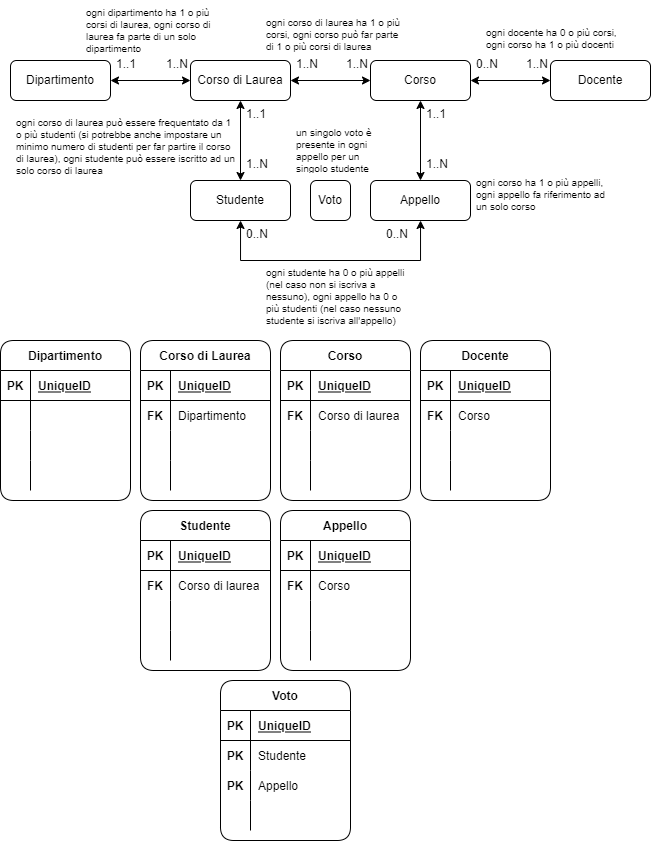
This is db-university.png from banjug/db-university, a draw.io export, as it was before one commit. Source tidied: cells renumbered, new cells last; positions are measured from the earlier drawing's top-left corner, leaving out a move shared by most shapes.
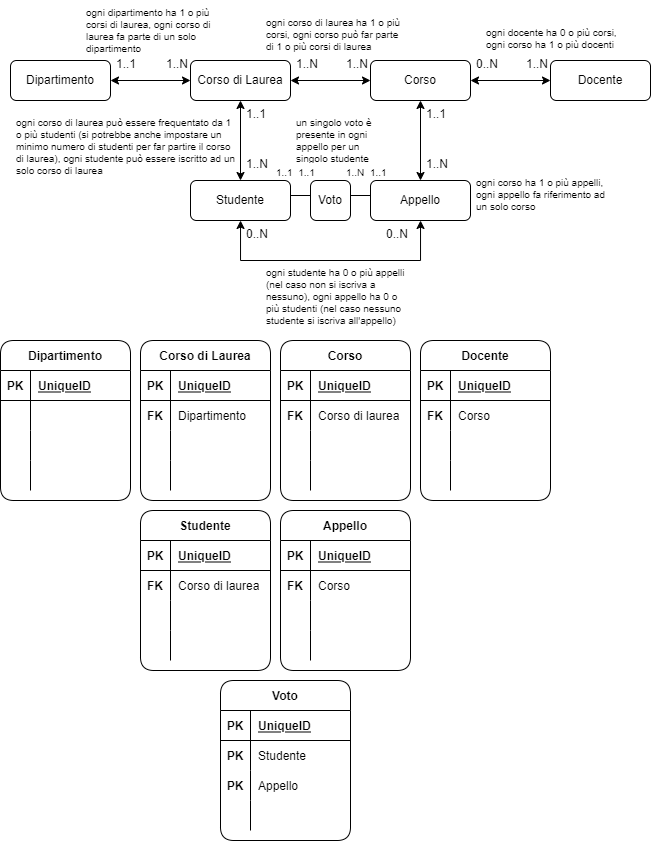
Above is the later version.

Commit message:
add vote cardinality

Change to the diagram source:
```diff
@@ -395,7 +395,19 @@
       <mxGeometry x="10" y="110" width="230" height="70" as="geometry" />
     </mxCell>
     <mxCell id="131" value="un singolo voto è presente in ogni appello per un singolo studente" style="text;strokeColor=none;fillColor=none;spacingLeft=4;spacingRight=4;overflow=hidden;fontSize=10;rounded=1;whiteSpace=wrap;" parent="1" vertex="1">
-      <mxGeometry x="290" y="120" width="100" height="50" as="geometry" />
+      <mxGeometry x="290" y="110" width="100" height="50" as="geometry" />
     </mxCell>
+    <mxCell id="132" style="line;strokeWidth=1;dashed=0;labelPosition=right;align=left;verticalAlign=middle;spacingTop=0;spacingLeft=6;rounded=1;fontSize=10;" parent="1" vertex="1">
+      <mxGeometry x="350" y="190" width="20" height="10" as="geometry" />
+    </mxCell>
+    <mxCell id="133" style="line;strokeWidth=1;dashed=0;labelPosition=right;align=left;verticalAlign=middle;spacingTop=0;spacingLeft=6;rounded=1;fontSize=10;" parent="1" vertex="1">
+      <mxGeometry x="290" y="190" width="20" height="10" as="geometry" />
+    </mxCell>
+    <mxCell id="134" value="1..N  1..1" style="text;strokeColor=none;fillColor=none;spacingLeft=4;spacingRight=4;overflow=hidden;fontSize=10;rounded=1;whiteSpace=wrap;" parent="1" vertex="1">
+      <mxGeometry x="340" y="160" width="60" height="20" as="geometry" />
+    </mxCell>
+    <mxCell id="135" value="1..1  1..1" style="text;strokeColor=none;fillColor=none;spacingLeft=4;spacingRight=4;overflow=hidden;fontSize=10;rounded=1;whiteSpace=wrap;" parent="1" vertex="1">
+      <mxGeometry x="270" y="160" width="60" height="20" as="geometry" />
+    </mxCell>
   </root>
 </mxGraphModel>
```
